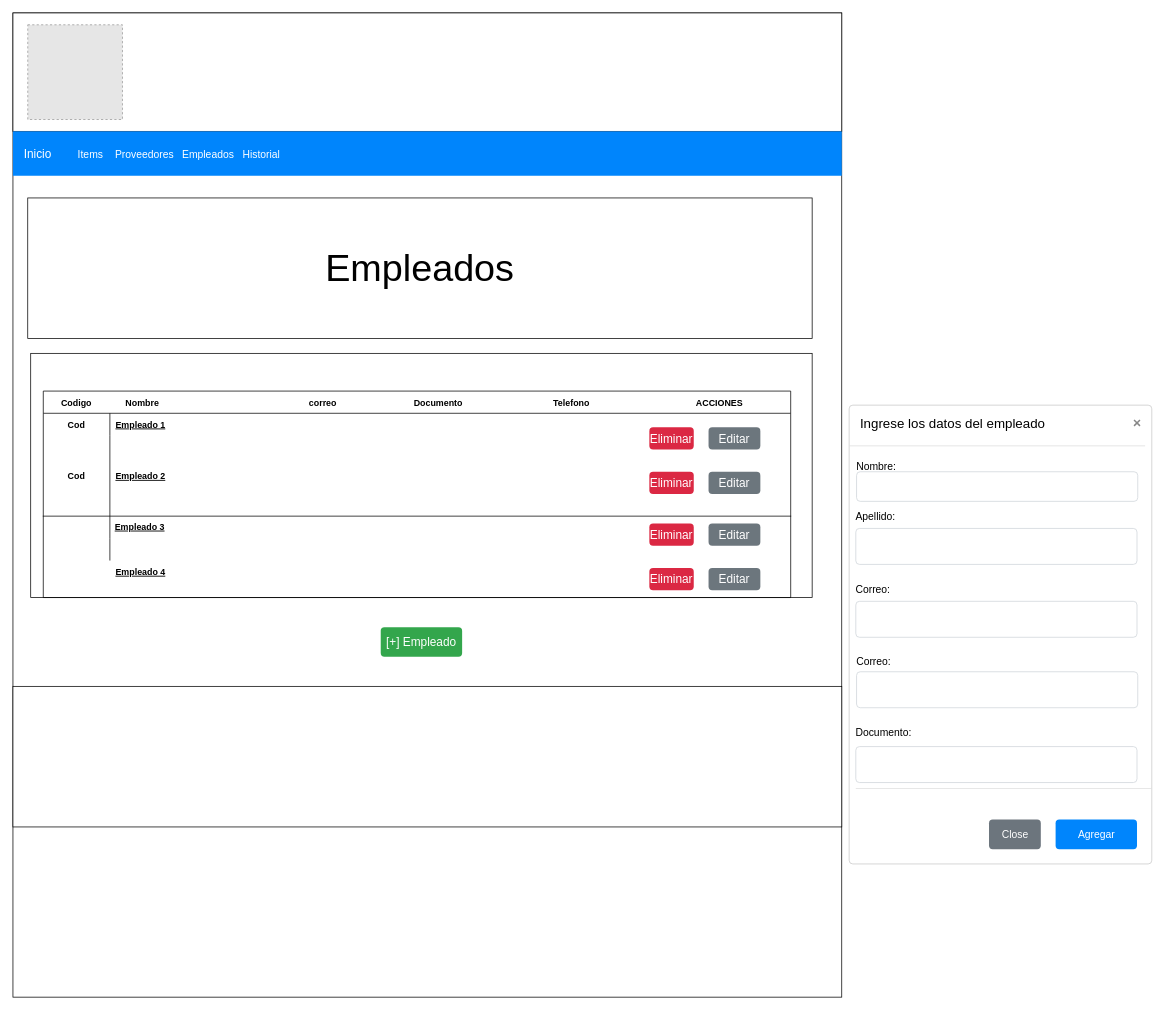
vladimbol7/Proyecto_Ciclo3 keeps this draw.io diagram as empleados.drawio. Above is the earlier version. Source tidied: cells renumbered, new cells numbered last; positions are measured from the earlier drawing's top-left corner, leaving out a move shared by most shapes. Both pictures are drawn from the tidied source at 74%, with x=0, y=0 at pixel (13, 13). Pictures stored in the file or linked from it are replaced by grey dashed boxes.
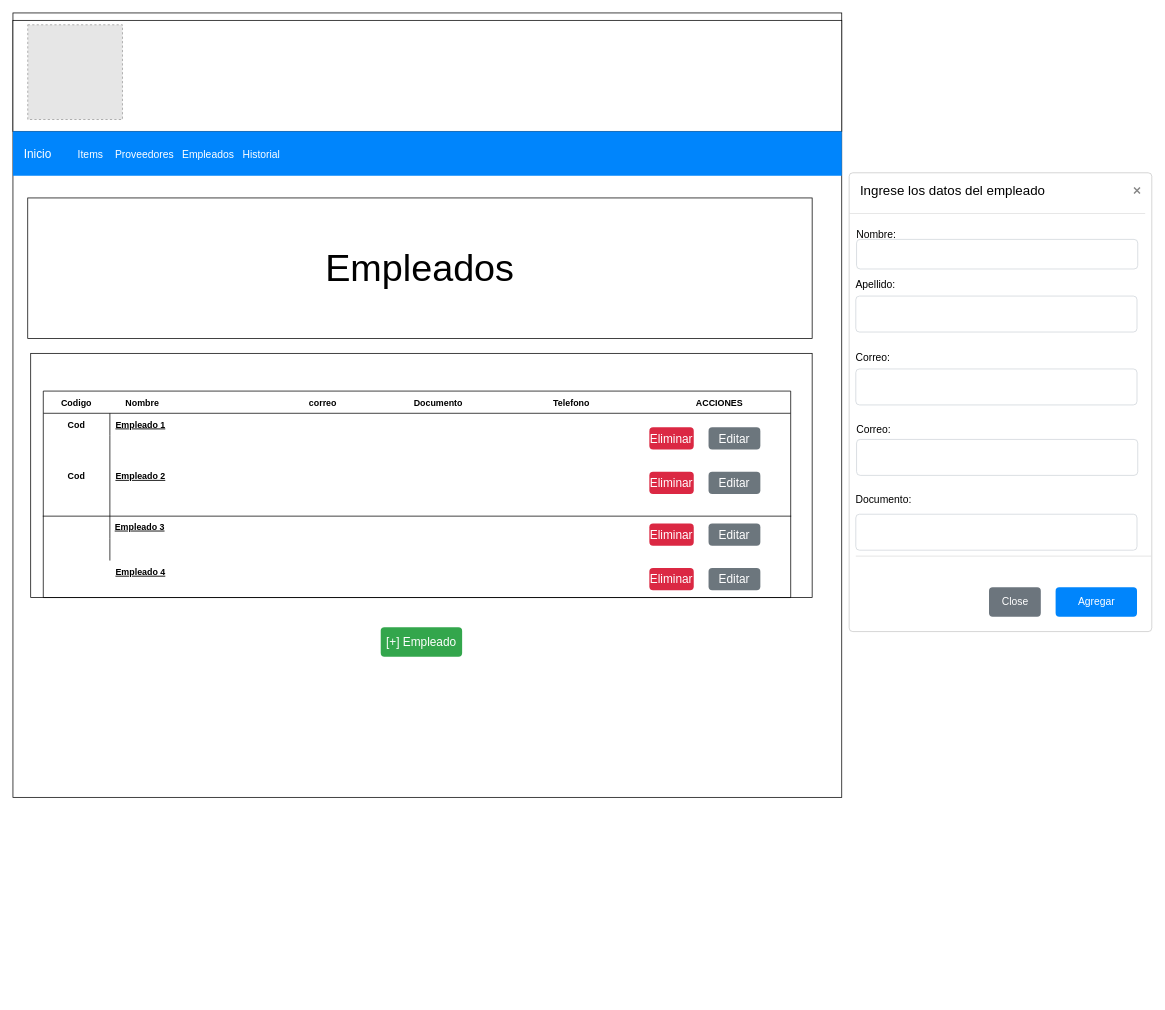
The same diagram, later.

Diff of the diagram source:
```diff
@@
     <mxCell id="2" style="rounded=0;whiteSpace=wrap;html=1;" parent="1" vertex="1">
-      <mxGeometry width="1120" height="1330" as="geometry" />
+      <mxGeometry width="1120" height="1060" as="geometry" />
     </mxCell>
     <mxCell id="3" style="rounded=0;whiteSpace=wrap;html=1;" parent="1" vertex="1">
-      <mxGeometry width="1120" height="160" as="geometry" />
+      <mxGeometry y="10" width="1120" height="150" as="geometry" />
     </mxCell>
@@
-    <mxCell id="12" style="rounded=0;whiteSpace=wrap;html=1;fontSize=51;fontColor=#000000;" parent="1" vertex="1">
-      <mxGeometry y="910" width="1120" height="190" as="geometry" />
-    </mxCell>
@@
     <mxCell id="43" value="Ingrese los datos del empleado" style="html=1;shadow=0;dashed=0;shape=mxgraph.bootstrap.rrect;rSize=5;html=1;strokeColor=#C8C8C8;fillColor=#ffffff;whiteSpace=wrap;verticalAlign=top;align=left;fontSize=18;spacing=15;spacingTop=-5;" parent="1" vertex="1">
-      <mxGeometry x="1130" y="530" width="409" height="620" as="geometry" />
+      <mxGeometry x="1130" y="216" width="409" height="620" as="geometry" />
     </mxCell>
```
